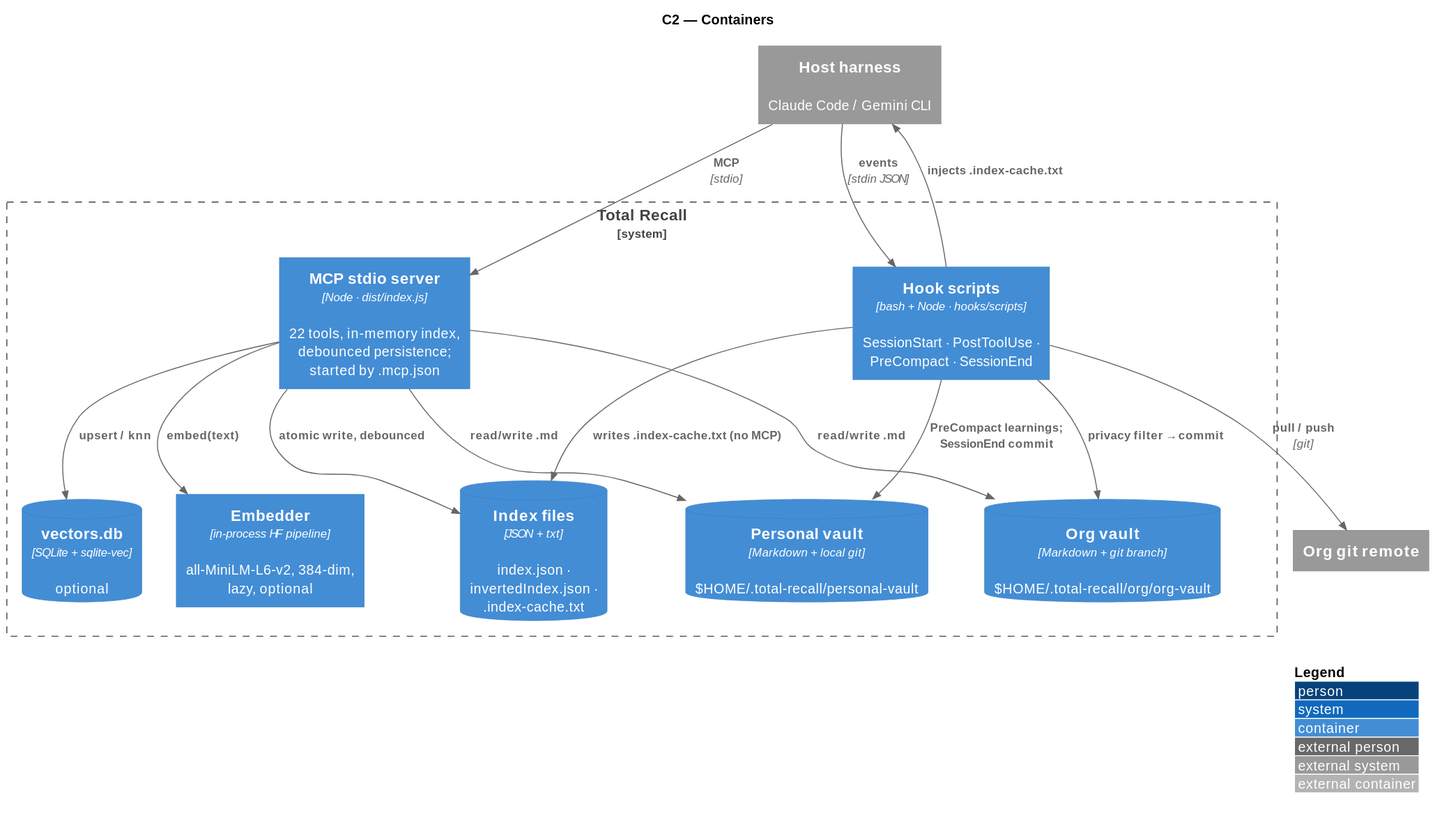
adrian-balaban/total-recall keeps this PlantUML diagram as plugins/total-recall/architecture/diagrams/c2-containers.svg. Above is the earlier version.
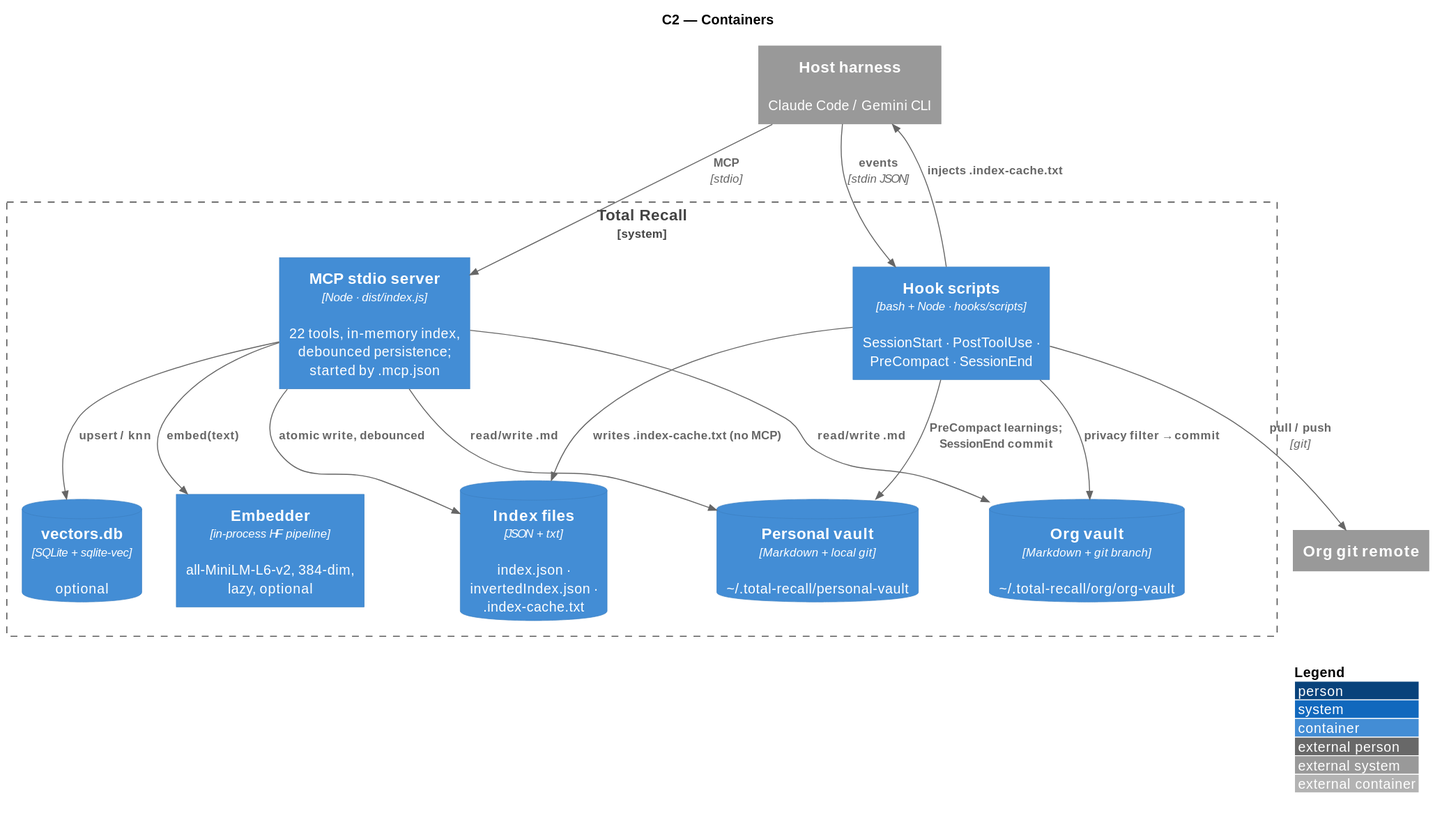
After the change.

The edit, as a diff of the source:
```diff
@@ -9,8 +9,8 @@
   Container(mcp, "MCP stdio server", "Node · dist/index.js", "22 tools, in-memory index, debounced persistence; started by .mcp.json")
   Container(hooks, "Hook scripts", "bash + Node · hooks/scripts", "SessionStart · PostToolUse · PreCompact · SessionEnd")
   Container(emb, "Embedder", "in-process HF pipeline", "all-MiniLM-L6-v2, 384-dim, lazy, optional")
-  ContainerDb(pv, "Personal vault", "Markdown + local git", "$HOME/.total-recall/personal-vault")
-  ContainerDb(ov, "Org vault", "Markdown + git branch", "$HOME/.total-recall/org/org-vault")
+  ContainerDb(pv, "Personal vault", "Markdown + local git", "<U+007E>/.total-recall/personal-vault")
+  ContainerDb(ov, "Org vault", "Markdown + git branch", "<U+007E>/.total-recall/org/org-vault")
   ContainerDb(idx, "Index files", "JSON + txt", "index.json · invertedIndex.json · .index-cache.txt")
   ContainerDb(vdb, "vectors.db", "SQLite + sqlite-vec", "optional")
 }
```
